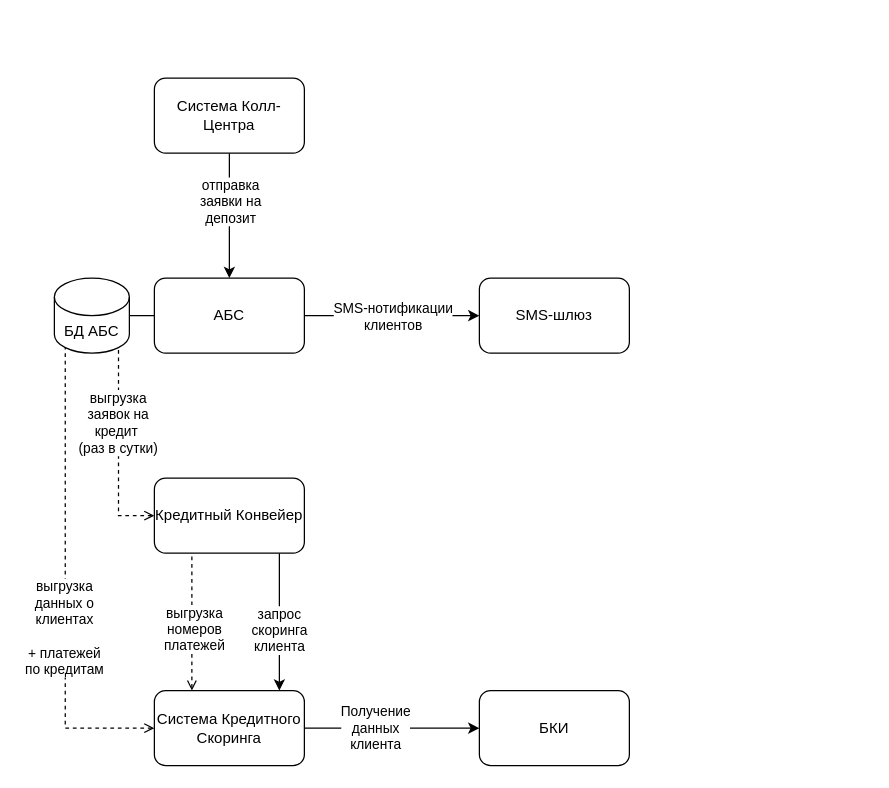
MorKaragh/drawings keeps this draw.io diagram as page "Интеграции" (4 of 4) of it_land_map.drawio. Above is the earlier version. Source tidied: cells renumbered, new cells numbered last; positions are measured from the earlier drawing's top-left corner, leaving out a move shared by most shapes. Both pictures are drawn from the tidied source at 125%, with x=0, y=0 at pixel (54, 78).
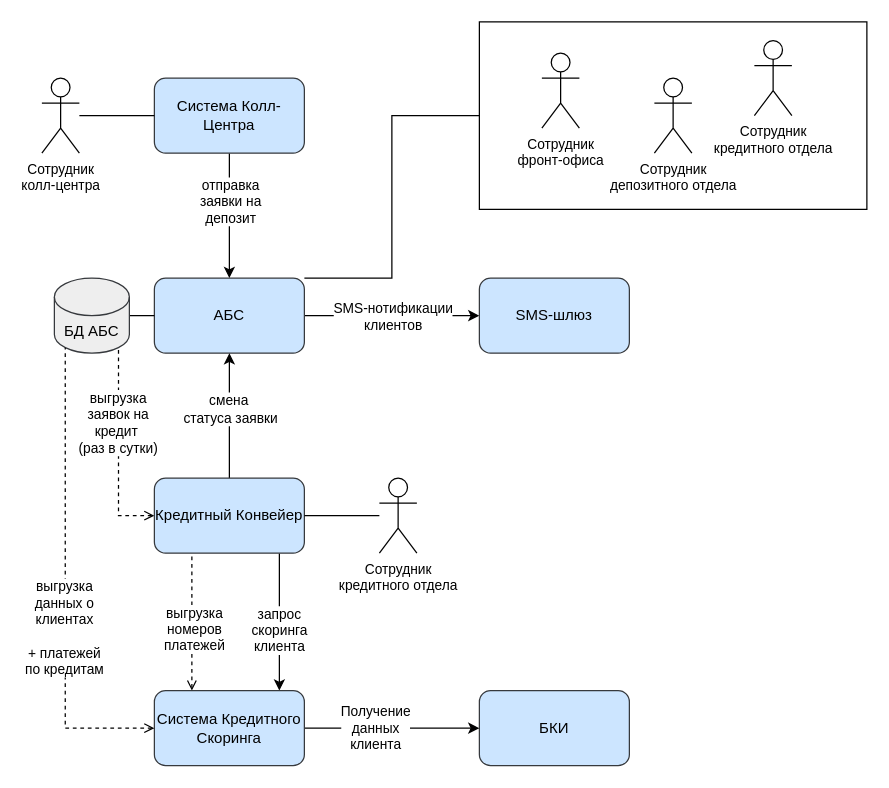
Above is the later version.

The edit, as a diff of the source:
```diff
@@
-    <mxCell id="4" value="АБС" style="rounded=1;whiteSpace=wrap;html=1;" parent="1" vertex="1">
+    <mxCell id="4" value="АБС" style="rounded=1;whiteSpace=wrap;html=1;fillColor=#cce5ff;strokeColor=#36393d;" parent="1" vertex="1">
       <mxGeometry x="80" y="160" width="120" height="60" as="geometry" />
     </mxCell>
@@
-    <mxCell id="7" value="Система Колл-Центра" style="rounded=1;whiteSpace=wrap;html=1;" parent="1" vertex="1">
+    <mxCell id="7" value="Система Колл-Центра" style="rounded=1;whiteSpace=wrap;html=1;fillColor=#cce5ff;strokeColor=#36393d;" parent="1" vertex="1">
       <mxGeometry x="80" width="120" height="60" as="geometry" />
     </mxCell>
-    <mxCell id="8" value="SMS-шлюз" style="rounded=1;whiteSpace=wrap;html=1;" parent="1" vertex="1">
+    <mxCell id="8" value="SMS-шлюз" style="rounded=1;whiteSpace=wrap;html=1;fillColor=#cce5ff;strokeColor=#36393d;" parent="1" vertex="1">
       <mxGeometry x="340" y="160" width="120" height="60" as="geometry" />
     </mxCell>
@@
+    <mxCell id="24" style="edgeStyle=orthogonalEdgeStyle;shape=connector;rounded=0;jettySize=auto;html=1;strokeColor=default;align=center;verticalAlign=middle;fontFamily=Helvetica;fontSize=11;fontColor=default;labelBackgroundColor=default;endArrow=classic;endFill=1;" parent="1" edge="1" source="13" target="4">
+      <mxGeometry relative="1" as="geometry" />
+    </mxCell>
+    <mxCell id="25" value="смена&amp;nbsp;&lt;div&gt;статуса заявки&lt;/div&gt;" style="edgeLabel;html=1;align=center;verticalAlign=middle;fontFamily=Helvetica;fontSize=11;fontColor=default;labelBackgroundColor=default;" parent="24" vertex="1">
+      <mxGeometry x="0.12" relative="1" as="geometry" />
+    </mxCell>
-    <mxCell id="13" value="Кредитный Конвейер" style="rounded=1;whiteSpace=wrap;html=1;" parent="1" vertex="1">
+    <mxCell id="13" value="Кредитный Конвейер" style="rounded=1;whiteSpace=wrap;html=1;fillColor=#cce5ff;strokeColor=#36393d;" parent="1" vertex="1">
       <mxGeometry x="80" y="320" width="120" height="60" as="geometry" />
     </mxCell>
-    <mxCell id="14" value="БКИ" style="rounded=1;whiteSpace=wrap;html=1;" parent="1" vertex="1">
+    <mxCell id="14" value="БКИ" style="rounded=1;whiteSpace=wrap;html=1;fillColor=#cce5ff;strokeColor=#36393d;" parent="1" vertex="1">
       <mxGeometry x="340" y="490" width="120" height="60" as="geometry" />
     </mxCell>
@@
-    <mxCell id="19" value="Система Кредитного Скоринга" style="rounded=1;whiteSpace=wrap;html=1;" parent="1" vertex="1">
+    <mxCell id="19" value="Система Кредитного Скоринга" style="rounded=1;whiteSpace=wrap;html=1;fillColor=#cce5ff;strokeColor=#36393d;" parent="1" vertex="1">
       <mxGeometry x="80" y="490" width="120" height="60" as="geometry" />
     </mxCell>
@@
-    <mxCell id="21" value="БД АБС" style="shape=cylinder3;whiteSpace=wrap;html=1;boundedLbl=1;backgroundOutline=1;size=15;" parent="1" vertex="1">
+    <mxCell id="21" value="БД АБС" style="shape=cylinder3;whiteSpace=wrap;html=1;boundedLbl=1;backgroundOutline=1;size=15;fillColor=#eeeeee;strokeColor=#36393d;" parent="1" vertex="1">
       <mxGeometry y="160" width="60" height="60" as="geometry" />
     </mxCell>
@@
+    <mxCell id="26" style="edgeStyle=orthogonalEdgeStyle;shape=connector;rounded=0;jettySize=auto;html=1;exitX=0;exitY=0.5;exitDx=0;exitDy=0;entryX=1;entryY=0;entryDx=0;entryDy=0;strokeColor=default;align=center;verticalAlign=middle;fontFamily=Helvetica;fontSize=11;fontColor=default;labelBackgroundColor=default;endArrow=none;endFill=0;" parent="1" edge="1" source="27" target="4">
+      <mxGeometry relative="1" as="geometry">
+        <Array as="points">
+          <mxPoint x="270" y="30" />
+          <mxPoint x="270" y="160" />
+        </Array>
+      </mxGeometry>
+    </mxCell>
+    <mxCell id="27" style="rounded=0;whiteSpace=wrap;html=1;fontFamily=Helvetica;fontSize=11;fontColor=default;labelBackgroundColor=default;" parent="1" vertex="1">
+      <mxGeometry x="340" y="-45" width="310" height="150" as="geometry" />
+    </mxCell>
+    <mxCell id="28" value="&lt;div&gt;Сотрудник&lt;/div&gt;фронт-офиса" style="shape=umlActor;verticalLabelPosition=bottom;verticalAlign=top;html=1;fontFamily=Helvetica;fontSize=11;fontColor=default;labelBackgroundColor=default;" parent="1" vertex="1">
+      <mxGeometry x="390" y="-20" width="30" height="60" as="geometry" />
+    </mxCell>
+    <mxCell id="29" style="edgeStyle=orthogonalEdgeStyle;shape=connector;rounded=0;jettySize=auto;html=1;strokeColor=default;align=center;verticalAlign=middle;fontFamily=Helvetica;fontSize=11;fontColor=default;labelBackgroundColor=default;endArrow=none;endFill=0;" parent="1" edge="1" source="30" target="7">
+      <mxGeometry relative="1" as="geometry" />
+    </mxCell>
+    <mxCell id="30" value="&lt;div&gt;Сотрудник&lt;/div&gt;колл-центра" style="shape=umlActor;verticalLabelPosition=bottom;verticalAlign=top;html=1;outlineConnect=0;fontFamily=Helvetica;fontSize=11;fontColor=default;labelBackgroundColor=default;" parent="1" vertex="1">
+      <mxGeometry x="-10" width="30" height="60" as="geometry" />
+    </mxCell>
+    <mxCell id="31" value="&lt;div&gt;Сотрудник&lt;/div&gt;депозитного отдела" style="shape=umlActor;verticalLabelPosition=bottom;verticalAlign=top;html=1;fontFamily=Helvetica;fontSize=11;fontColor=default;labelBackgroundColor=default;" parent="1" vertex="1">
+      <mxGeometry x="480" width="30" height="60" as="geometry" />
+    </mxCell>
+    <mxCell id="32" value="&lt;div&gt;Сотрудник&lt;/div&gt;кредитного отдела" style="shape=umlActor;verticalLabelPosition=bottom;verticalAlign=top;html=1;fontFamily=Helvetica;fontSize=11;fontColor=default;labelBackgroundColor=default;" parent="1" vertex="1">
+      <mxGeometry x="560" y="-30" width="30" height="60" as="geometry" />
+    </mxCell>
+    <mxCell id="33" style="edgeStyle=orthogonalEdgeStyle;shape=connector;rounded=0;jettySize=auto;html=1;strokeColor=default;align=center;verticalAlign=middle;fontFamily=Helvetica;fontSize=11;fontColor=default;labelBackgroundColor=default;endArrow=none;endFill=0;" parent="1" edge="1" source="34" target="13">
+      <mxGeometry relative="1" as="geometry" />
+    </mxCell>
+    <mxCell id="34" value="&lt;div&gt;Сотрудник&lt;/div&gt;кредитного отдела" style="shape=umlActor;verticalLabelPosition=bottom;verticalAlign=top;html=1;outlineConnect=0;fontFamily=Helvetica;fontSize=11;fontColor=default;labelBackgroundColor=default;" parent="1" vertex="1">
+      <mxGeometry x="260" y="320" width="30" height="60" as="geometry" />
+    </mxCell>
```
